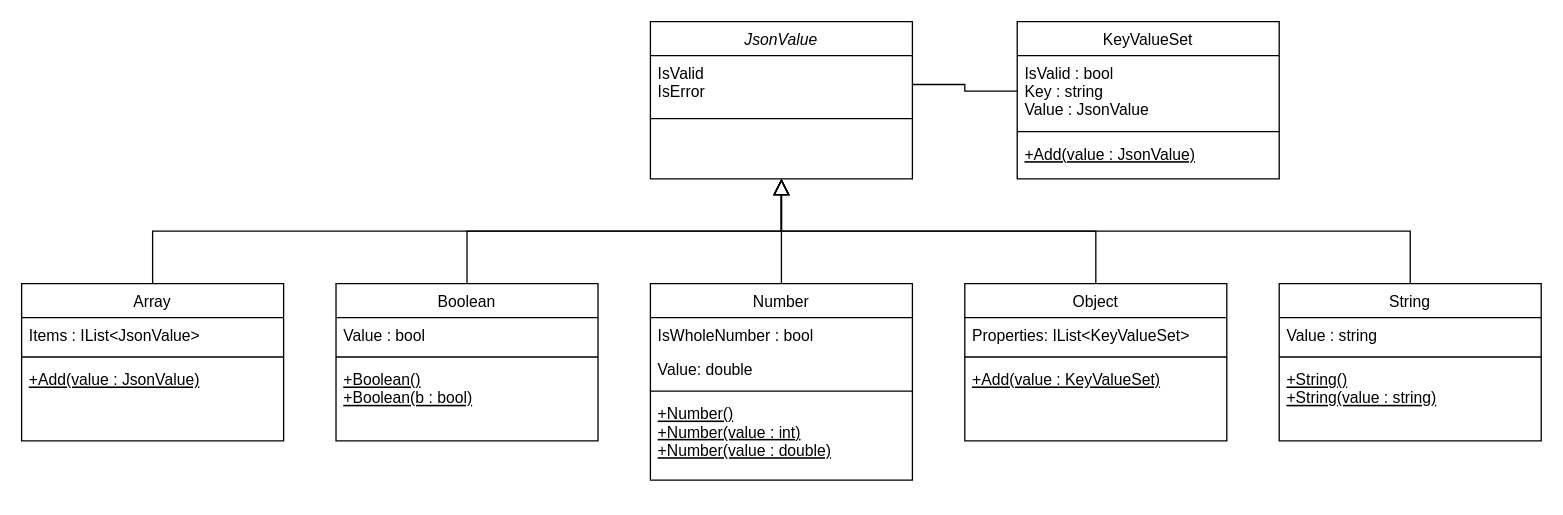
Above: CSE 681 - Project 1 - Patrick McDougle - Package Class Diagram - DOM.drawio in PatrickMcDougle/CSE681 (draw.io), before the change. Source tidied: cells renumbered, new cells numbered last; positions are measured from the earlier drawing's top-left corner, leaving out a move shared by most shapes. Both pictures are drawn from the tidied source at 131%, with x=0, y=0 at pixel (21, 21).
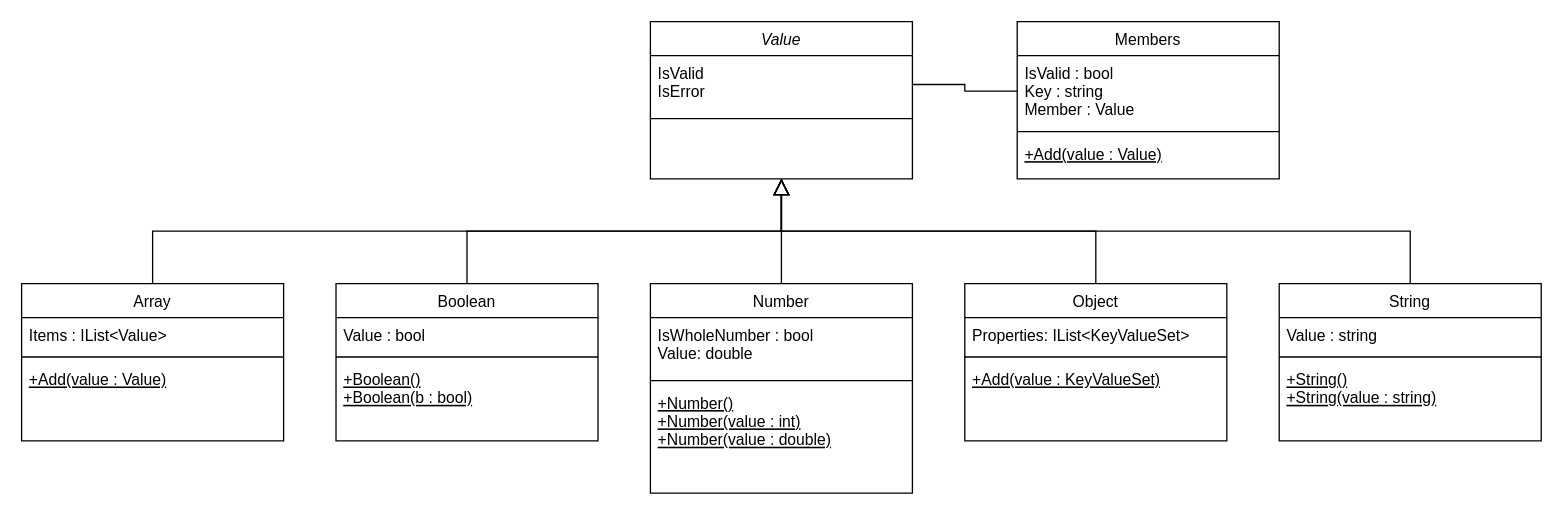
The same page after the edit.

Unchanged cells that the change refers to:
```xml
<mxCell id="5" value="Array" style="swimlane;fontStyle=0;align=center;verticalAlign=top;horizontal=1;startSize=26;rounded=0;shadow=0;strokeWidth=1;" parent="1" vertex="1">
  <mxGeometry y="200" width="200" height="120" as="geometry" />
</mxCell>
```

What changed in the source:
```diff
@@
-    <mxCell id="2" value="JsonValue" style="swimlane;fontStyle=2;align=center;verticalAlign=top;horizontal=1;startSize=26;rounded=0;shadow=0;strokeWidth=1;" parent="1" vertex="1">
+    <mxCell id="2" value="Value" style="swimlane;fontStyle=2;align=center;verticalAlign=top;horizontal=1;startSize=26;rounded=0;shadow=0;strokeWidth=1;" parent="1" vertex="1">
       <mxGeometry x="480" width="200" height="120" as="geometry" />
     </mxCell>
@@
-    <mxCell id="6" value="Items : IList&lt;JsonValue&gt;" style="text;align=left;verticalAlign=top;spacingLeft=4;spacingRight=4;overflow=hidden;" parent="5" vertex="1">
+    <mxCell id="6" value="Items : IList&lt;Value&gt;" style="text;align=left;verticalAlign=top;spacingLeft=4;spacingRight=4;overflow=hidden;" parent="5" vertex="1">
       <mxGeometry y="26" width="200" height="26" as="geometry" />
     </mxCell>
@@
-    <mxCell id="8" value="+Add(value : JsonValue)" style="text;align=left;verticalAlign=top;spacingLeft=4;spacingRight=4;overflow=hidden;fontStyle=4;" parent="5" vertex="1">
+    <mxCell id="8" value="+Add(value : Value)" style="text;align=left;verticalAlign=top;spacingLeft=4;spacingRight=4;overflow=hidden;fontStyle=4;" parent="5" vertex="1">
       <mxGeometry y="60" width="200" height="26" as="geometry" />
     </mxCell>
@@
-    <mxCell id="15" value="KeyValueSet" style="swimlane;fontStyle=0;align=center;verticalAlign=top;horizontal=1;startSize=26;rounded=0;shadow=0;strokeWidth=1;" parent="1" vertex="1">
+    <mxCell id="15" value="Members" style="swimlane;fontStyle=0;align=center;verticalAlign=top;horizontal=1;startSize=26;rounded=0;shadow=0;strokeWidth=1;" parent="1" vertex="1">
       <mxGeometry x="760" width="200" height="120" as="geometry" />
     </mxCell>
-    <mxCell id="16" value="IsValid : bool &#10;Key : string&#10;Value : JsonValue&#10;" style="text;align=left;verticalAlign=top;spacingLeft=4;spacingRight=4;overflow=hidden;points=[[0,0.5],[1,0.5]];portConstraint=eastwest;" parent="15" vertex="1">
+    <mxCell id="16" value="IsValid : bool &#10;Key : string&#10;Member : Value&#10;" style="text;align=left;verticalAlign=top;spacingLeft=4;spacingRight=4;overflow=hidden;points=[[0,0.5],[1,0.5]];portConstraint=eastwest;" parent="15" vertex="1">
       <mxGeometry y="26" width="200" height="54" as="geometry" />
     </mxCell>
@@
-    <mxCell id="18" value="+Add(value : JsonValue)" style="text;align=left;verticalAlign=top;spacingLeft=4;spacingRight=4;overflow=hidden;fontStyle=4;" parent="15" vertex="1">
+    <mxCell id="18" value="+Add(value : Value)" style="text;align=left;verticalAlign=top;spacingLeft=4;spacingRight=4;overflow=hidden;fontStyle=4;" parent="15" vertex="1">
       <mxGeometry y="88" width="200" height="26" as="geometry" />
     </mxCell>
     <mxCell id="19" value="Number" style="swimlane;fontStyle=0;align=center;verticalAlign=top;horizontal=1;startSize=26;rounded=0;shadow=0;strokeWidth=1;" parent="1" vertex="1">
-      <mxGeometry x="480" y="200" width="200" height="150" as="geometry" />
+      <mxGeometry x="480" y="200" width="200" height="160" as="geometry" />
     </mxCell>
-    <mxCell id="20" value="IsWholeNumber : bool" style="text;align=left;verticalAlign=top;spacingLeft=4;spacingRight=4;overflow=hidden;" parent="19" vertex="1">
-      <mxGeometry y="26" width="200" height="26" as="geometry" />
+    <mxCell id="20" value="IsWholeNumber : bool&#10;Value: double" style="text;align=left;verticalAlign=top;spacingLeft=4;spacingRight=4;overflow=hidden;" parent="19" vertex="1">
+      <mxGeometry y="26" width="200" height="44" as="geometry" />
     </mxCell>
-    <mxCell id="21" value="Value: double" style="text;align=left;verticalAlign=top;spacingLeft=4;spacingRight=4;overflow=hidden;" parent="19" vertex="1">
-      <mxGeometry y="52" width="200" height="26" as="geometry" />
-    </mxCell>
     <mxCell id="22" style="line;html=1;strokeWidth=1;align=left;verticalAlign=middle;spacingTop=-1;spacingLeft=3;spacingRight=3;labelPosition=right;" parent="19" vertex="1">
-      <mxGeometry y="78" width="200" height="8" as="geometry" />
+      <mxGeometry y="70" width="200" height="8" as="geometry" />
     </mxCell>
     <mxCell id="23" value="+Number()&#10;+Number(value : int)&#10;+Number(value : double)" style="text;align=left;verticalAlign=top;spacingLeft=4;spacingRight=4;overflow=hidden;fontStyle=4;" parent="19" vertex="1">
-      <mxGeometry y="86" width="200" height="60" as="geometry" />
+      <mxGeometry y="78" width="200" height="60" as="geometry" />
     </mxCell>
```
